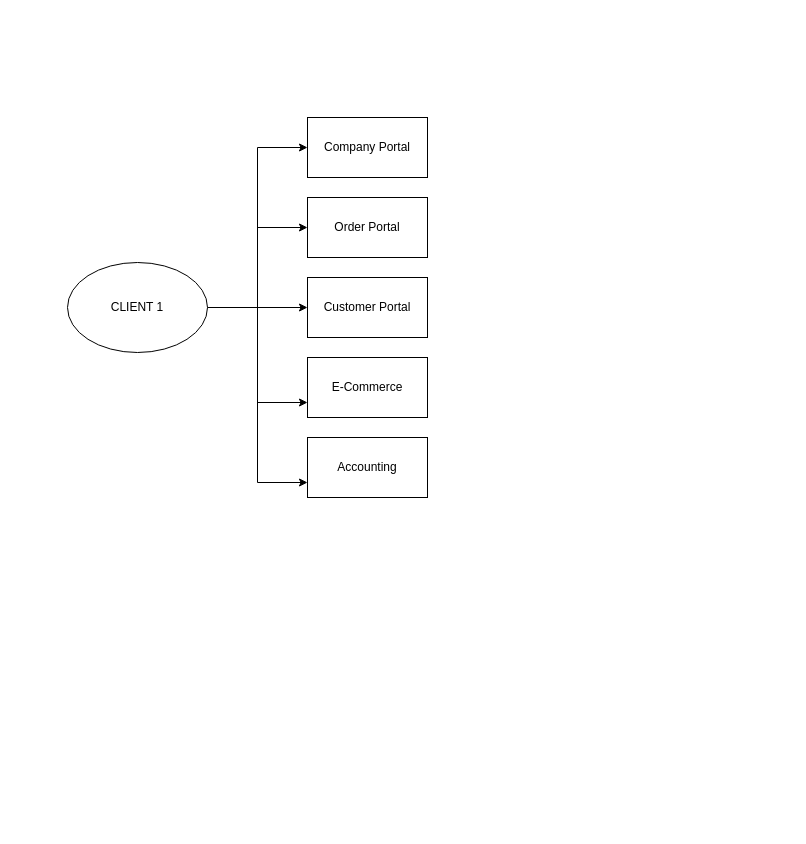
The draw.io diagram page "Architecture" (4 of 4) of customer-management.drawio in coolsharepoint/Test, before the edit. Source tidied: cells renumbered, new cells numbered last; positions are measured from the earlier drawing's top-left corner, leaving out a move shared by most shapes. Both pictures are drawn from the tidied source at 100%, with x=0, y=0 at pixel (67, 117).
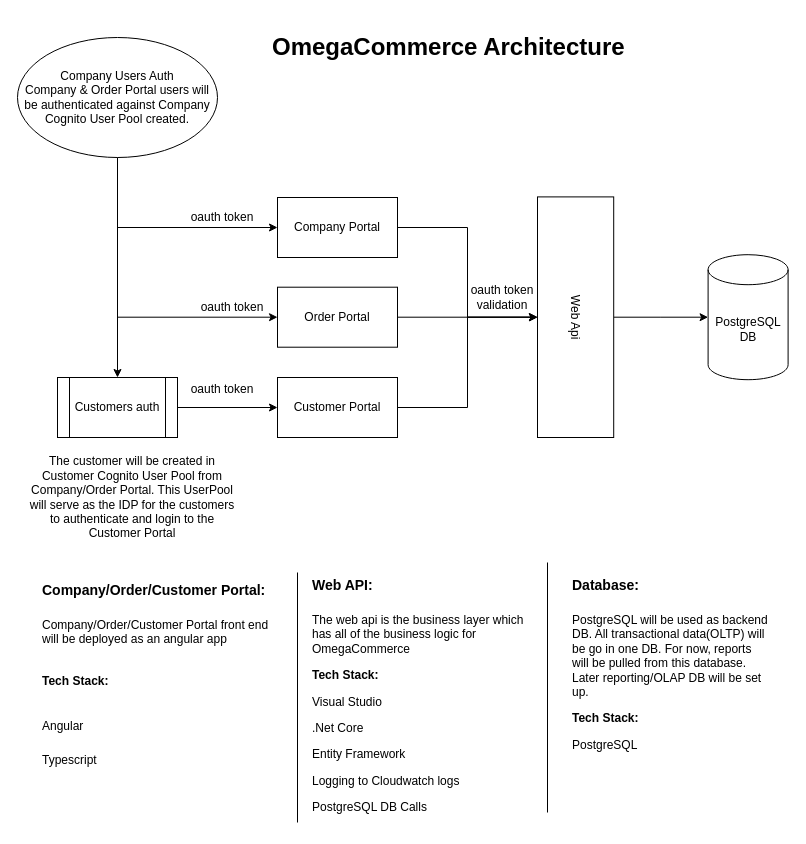
Above is the later version.

The edit, as a diff of the source:
```diff
@@
     <mxCell id="2" style="edgeStyle=orthogonalEdgeStyle;rounded=0;jettySize=auto;html=1;entryX=0;entryY=0.5;entryDx=0;entryDy=0;" parent="1" edge="1" source="7" target="8">
-      <mxGeometry relative="1" as="geometry" />
+      <mxGeometry relative="1" as="geometry">
+        <Array as="points">
+          <mxPoint x="50" y="110" />
+        </Array>
+      </mxGeometry>
     </mxCell>
     <mxCell id="3" style="edgeStyle=orthogonalEdgeStyle;rounded=0;jettySize=auto;html=1;entryX=0;entryY=0.5;entryDx=0;entryDy=0;" parent="1" edge="1" source="7" target="9">
-      <mxGeometry relative="1" as="geometry" />
+      <mxGeometry relative="1" as="geometry">
+        <Array as="points">
+          <mxPoint x="50" y="200" />
+        </Array>
+      </mxGeometry>
     </mxCell>
-    <mxCell id="4" style="edgeStyle=orthogonalEdgeStyle;rounded=0;jettySize=auto;html=1;entryX=0;entryY=0.5;entryDx=0;entryDy=0;" parent="1" edge="1" source="7" target="10">
-      <mxGeometry relative="1" as="geometry" />
-    </mxCell>
-    <mxCell id="5" style="edgeStyle=orthogonalEdgeStyle;rounded=0;jettySize=auto;html=1;entryX=0;entryY=0.75;entryDx=0;entryDy=0;" parent="1" edge="1" source="7" target="11">
-      <mxGeometry relative="1" as="geometry" />
-    </mxCell>
-    <mxCell id="6" style="edgeStyle=orthogonalEdgeStyle;rounded=0;jettySize=auto;html=1;entryX=0;entryY=0.75;entryDx=0;entryDy=0;" parent="1" edge="1" source="7" target="12">
-      <mxGeometry relative="1" as="geometry" />
-    </mxCell>
+    <mxCell id="13" style="edgeStyle=orthogonalEdgeStyle;rounded=0;jettySize=auto;html=1;" parent="1" edge="1" source="7" target="24">
+      <mxGeometry relative="1" as="geometry" />
+    </mxCell>
-    <mxCell id="7" value="CLIENT 1" style="ellipse;whiteSpace=wrap;html=1;" parent="1" vertex="1">
-      <mxGeometry y="145" width="140" height="90" as="geometry" />
+    <mxCell id="7" value="Company Users Auth&lt;br&gt;Company &amp;amp; Order Portal users will be authenticated against Company Cognito User Pool created." style="ellipse;whiteSpace=wrap;html=1;" parent="1" vertex="1">
+      <mxGeometry x="-50" y="-80" width="200" height="120" as="geometry" />
     </mxCell>
+    <mxCell id="14" style="edgeStyle=orthogonalEdgeStyle;rounded=0;jettySize=auto;html=1;exitX=1;exitY=0.5;exitDx=0;exitDy=0;" parent="1" edge="1" source="8" target="18">
+      <mxGeometry relative="1" as="geometry" />
+    </mxCell>
     <mxCell id="8" value="Company Portal" style="rounded=0;whiteSpace=wrap;html=1;" parent="1" vertex="1">
-      <mxGeometry x="240" width="120" height="60" as="geometry" />
+      <mxGeometry x="210" y="80" width="120" height="60" as="geometry" />
     </mxCell>
+    <mxCell id="15" style="edgeStyle=orthogonalEdgeStyle;rounded=0;jettySize=auto;html=1;entryX=0.5;entryY=1;entryDx=0;entryDy=0;" parent="1" edge="1" source="9" target="18">
+      <mxGeometry relative="1" as="geometry" />
+    </mxCell>
     <mxCell id="9" value="Order Portal" style="rounded=0;whiteSpace=wrap;html=1;" parent="1" vertex="1">
-      <mxGeometry x="240" y="80" width="120" height="60" as="geometry" />
+      <mxGeometry x="210" y="169.7" width="120" height="60" as="geometry" />
     </mxCell>
+    <mxCell id="16" style="edgeStyle=orthogonalEdgeStyle;rounded=0;jettySize=auto;html=1;" parent="1" edge="1" source="10" target="18">
+      <mxGeometry relative="1" as="geometry" />
+    </mxCell>
     <mxCell id="10" value="Customer Portal" style="rounded=0;whiteSpace=wrap;html=1;" parent="1" vertex="1">
-      <mxGeometry x="240" y="160" width="120" height="60" as="geometry" />
+      <mxGeometry x="210" y="260" width="120" height="60" as="geometry" />
     </mxCell>
-    <mxCell id="11" value="E-Commerce" style="rounded=0;whiteSpace=wrap;html=1;" parent="1" vertex="1">
-      <mxGeometry x="240" y="240" width="120" height="60" as="geometry" />
-    </mxCell>
-    <mxCell id="12" value="Accounting" style="rounded=0;whiteSpace=wrap;html=1;" parent="1" vertex="1">
-      <mxGeometry x="240" y="320" width="120" height="60" as="geometry" />
-    </mxCell>
+    <mxCell id="17" style="edgeStyle=orthogonalEdgeStyle;rounded=0;jettySize=auto;html=1;entryX=0;entryY=0.5;entryDx=0;entryDy=0;entryPerimeter=0;" parent="1" edge="1" source="18" target="19">
+      <mxGeometry relative="1" as="geometry" />
+    </mxCell>
+    <mxCell id="18" value="Web Api" style="rounded=0;whiteSpace=wrap;html=1;rotation=90;" parent="1" vertex="1">
+      <mxGeometry x="387.8" y="161.6" width="240.6" height="76.2" as="geometry" />
+    </mxCell>
+    <mxCell id="19" value="PostgreSQL DB" style="shape=cylinder3;whiteSpace=wrap;html=1;boundedLbl=1;backgroundOutline=1;size=15;" parent="1" vertex="1">
+      <mxGeometry x="640.6" y="137.2" width="80" height="125" as="geometry" />
+    </mxCell>
+    <mxCell id="20" value="oauth token" style="text;html=1;strokeColor=none;fillColor=none;align=center;verticalAlign=middle;whiteSpace=wrap;rounded=0;" parent="1" vertex="1">
+      <mxGeometry x="120" y="90" width="70" height="20" as="geometry" />
+    </mxCell>
+    <mxCell id="21" value="oauth token" style="text;html=1;strokeColor=none;fillColor=none;align=center;verticalAlign=middle;whiteSpace=wrap;rounded=0;" parent="1" vertex="1">
+      <mxGeometry x="130" y="180" width="70" height="20" as="geometry" />
+    </mxCell>
+    <mxCell id="22" value="oauth token validation" style="text;html=1;strokeColor=none;fillColor=none;align=center;verticalAlign=middle;whiteSpace=wrap;rounded=0;" parent="1" vertex="1">
+      <mxGeometry x="400" y="169.7" width="70" height="20" as="geometry" />
+    </mxCell>
+    <mxCell id="23" style="edgeStyle=orthogonalEdgeStyle;rounded=0;jettySize=auto;html=1;entryX=0;entryY=0.5;entryDx=0;entryDy=0;" parent="1" edge="1" source="24" target="10">
+      <mxGeometry relative="1" as="geometry" />
+    </mxCell>
+    <mxCell id="24" value="Customers auth" style="shape=process;whiteSpace=wrap;html=1;backgroundOutline=1;" parent="1" vertex="1">
+      <mxGeometry x="-10" y="260" width="120" height="60" as="geometry" />
+    </mxCell>
+    <mxCell id="25" value="The customer will be created in Customer Cognito User Pool from Company/Order Portal. This UserPool will serve as the IDP for the customers to authenticate and login to the Customer Portal" style="text;html=1;strokeColor=none;fillColor=none;align=center;verticalAlign=middle;whiteSpace=wrap;rounded=0;" parent="1" vertex="1">
+      <mxGeometry x="-40" y="330" width="210" height="100" as="geometry" />
+    </mxCell>
+    <mxCell id="26" value="oauth token" style="text;html=1;strokeColor=none;fillColor=none;align=center;verticalAlign=middle;whiteSpace=wrap;rounded=0;" parent="1" vertex="1">
+      <mxGeometry x="120" y="262.2" width="70" height="20" as="geometry" />
+    </mxCell>
+    <mxCell id="27" value="&lt;h1&gt;&lt;font style=&quot;font-size: 14px&quot;&gt;Company/Order/Customer Portal:&lt;/font&gt;&lt;/h1&gt;&lt;h1&gt;&lt;font style=&quot;font-size: 14px&quot;&gt;&lt;p style=&quot;font-size: 12px ; font-weight: 400&quot;&gt;Company/Order/Customer Portal front end will be deployed as an angular app&lt;/p&gt;&lt;/font&gt;&lt;/h1&gt;&lt;h1&gt;&lt;span style=&quot;font-size: 12px&quot;&gt;Tech Stack:&lt;/span&gt;&lt;/h1&gt;&lt;h1&gt;&lt;span style=&quot;font-size: 12px ; font-weight: normal&quot;&gt;Angular&lt;/span&gt;&lt;br&gt;&lt;/h1&gt;&lt;p&gt;Typescript&lt;/p&gt;&lt;p&gt;&lt;br&gt;&lt;/p&gt;&lt;p&gt;&lt;br&gt;&lt;/p&gt;&lt;p&gt;&lt;br&gt;&lt;/p&gt;" style="text;html=1;strokeColor=none;fillColor=none;spacing=5;spacingTop=-20;whiteSpace=wrap;overflow=hidden;rounded=0;" parent="1" vertex="1">
+      <mxGeometry x="-30" y="450" width="250" height="260" as="geometry" />
+    </mxCell>
+    <mxCell id="28" style="endArrow=none;html=1;" parent="1" edge="1">
+      <mxGeometry relative="1" as="geometry">
+        <mxPoint x="230" y="705" as="sourcePoint" />
+        <mxPoint x="230" y="455" as="targetPoint" />
+      </mxGeometry>
+    </mxCell>
+    <mxCell id="29" value="&lt;h1&gt;&lt;font style=&quot;font-size: 14px&quot;&gt;Web API:&lt;/font&gt;&lt;/h1&gt;&lt;p&gt;The web api is the business layer which has all of the business logic for OmegaCommerce&lt;/p&gt;&lt;p&gt;&lt;b&gt;Tech Stack:&lt;/b&gt;&lt;/p&gt;&lt;p&gt;Visual Studio&lt;/p&gt;&lt;p&gt;.Net Core&lt;/p&gt;&lt;p&gt;Entity Framework&lt;/p&gt;&lt;p&gt;Logging to Cloudwatch logs&lt;/p&gt;&lt;p&gt;PostgreSQL DB Calls&lt;/p&gt;&lt;p&gt;&lt;b&gt;&lt;br&gt;&lt;/b&gt;&lt;/p&gt;" style="text;html=1;strokeColor=none;fillColor=none;spacing=5;spacingTop=-20;whiteSpace=wrap;overflow=hidden;rounded=0;" parent="1" vertex="1">
+      <mxGeometry x="240" y="445" width="220" height="260" as="geometry" />
+    </mxCell>
+    <mxCell id="30" value="&lt;h1&gt;&lt;font style=&quot;font-size: 14px&quot;&gt;Database:&lt;/font&gt;&lt;/h1&gt;&lt;p&gt;PostgreSQL will be used as backend DB. All transactional data(OLTP) will be go in one DB. For now, reports will be pulled from this database. Later reporting/OLAP DB will be set up.&lt;/p&gt;&lt;p&gt;&lt;b&gt;Tech Stack:&lt;/b&gt;&lt;br&gt;&lt;/p&gt;&lt;p&gt;&lt;span&gt;PostgreSQL&lt;/span&gt;&lt;br&gt;&lt;/p&gt;&lt;p&gt;&lt;b&gt;&lt;br&gt;&lt;/b&gt;&lt;/p&gt;" style="text;html=1;strokeColor=none;fillColor=none;spacing=5;spacingTop=-20;whiteSpace=wrap;overflow=hidden;rounded=0;" parent="1" vertex="1">
+      <mxGeometry x="500" y="445" width="205" height="250" as="geometry" />
+    </mxCell>
+    <mxCell id="31" style="endArrow=none;html=1;" parent="1" edge="1">
+      <mxGeometry relative="1" as="geometry">
+        <mxPoint x="480" y="695" as="sourcePoint" />
+        <mxPoint x="480" y="445" as="targetPoint" />
+      </mxGeometry>
+    </mxCell>
+    <mxCell id="32" value="&lt;h1&gt;OmegaCommerce Architecture&lt;/h1&gt;" style="text;html=1;strokeColor=none;fillColor=none;spacing=5;spacingTop=-20;whiteSpace=wrap;overflow=hidden;rounded=0;" parent="1" vertex="1">
+      <mxGeometry x="200" y="-90" width="370" height="40" as="geometry" />
+    </mxCell>
```
